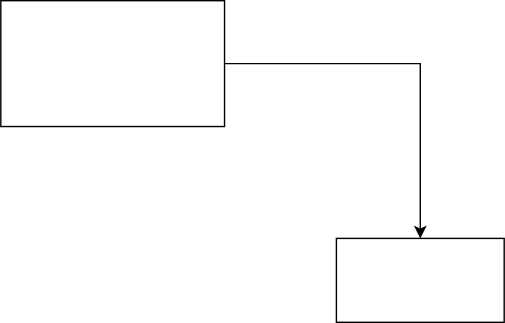
Before: Untitled Diagram.drawio.svg, a diagram exported from draw.io (koshirohashimoto/udacity_cpp_nanodegree). Source tidied: cells renumbered, new cells last; positions are measured from the earlier drawing's top-left corner, leaving out a move shared by most shapes.
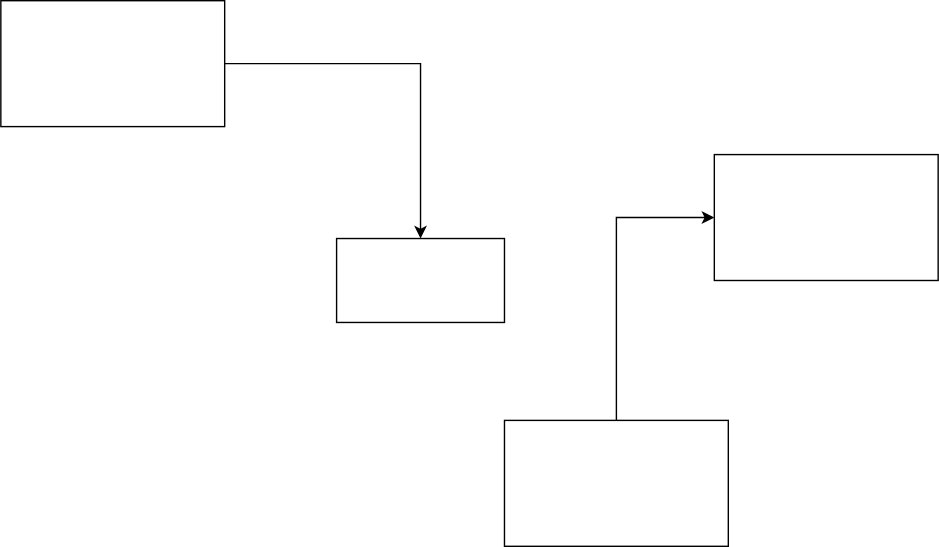
The same diagram one commit later.

Change to the diagram source:
```diff
@@ -11,5 +11,14 @@
     <mxCell id="4" style="whiteSpace=wrap;html=1;" parent="1" vertex="1">
       <mxGeometry x="240" y="170" width="120" height="60" as="geometry" />
     </mxCell>
+    <mxCell id="5" style="rounded=0;whiteSpace=wrap;html=1;" parent="1" vertex="1">
+      <mxGeometry x="510" y="110" width="160" height="90" as="geometry" />
+    </mxCell>
+    <mxCell id="6" style="edgeStyle=orthogonalEdgeStyle;rounded=0;jettySize=auto;html=1;exitX=0.5;exitY=0;exitDx=0;exitDy=0;entryX=0;entryY=0.5;entryDx=0;entryDy=0;" parent="1" edge="1" source="7" target="5">
+      <mxGeometry relative="1" as="geometry" />
+    </mxCell>
+    <mxCell id="7" style="rounded=0;whiteSpace=wrap;html=1;" parent="1" vertex="1">
+      <mxGeometry x="360" y="300" width="160" height="90" as="geometry" />
+    </mxCell>
   </root>
 </mxGraphModel>
```
